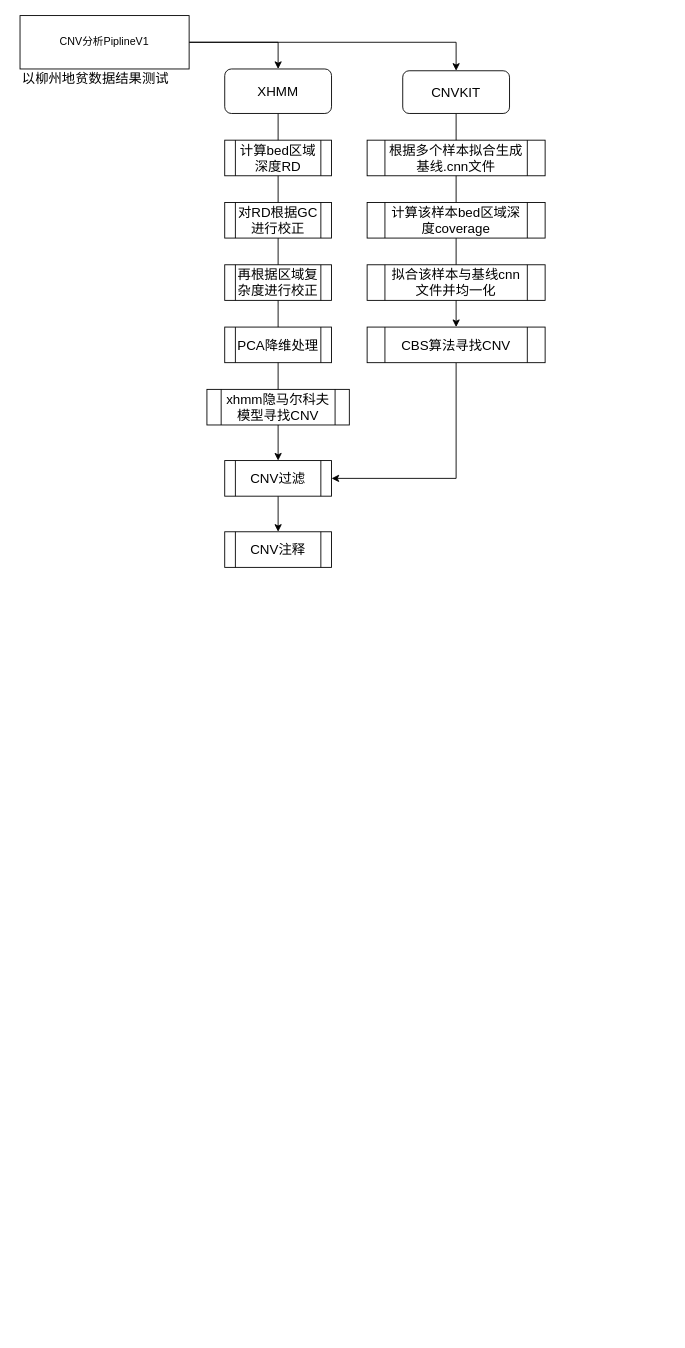
Before: CNVanalyse_pipline_in_novoDiagram.drawio in kkshaxqd/pipline_contral, a draw.io diagram. Source tidied: cells renumbered, new cells numbered last; positions are measured from the earlier drawing's top-left corner, leaving out a move shared by most shapes. Both pictures are drawn from the tidied source at 89%, with x=0, y=0 at pixel (20, 15).
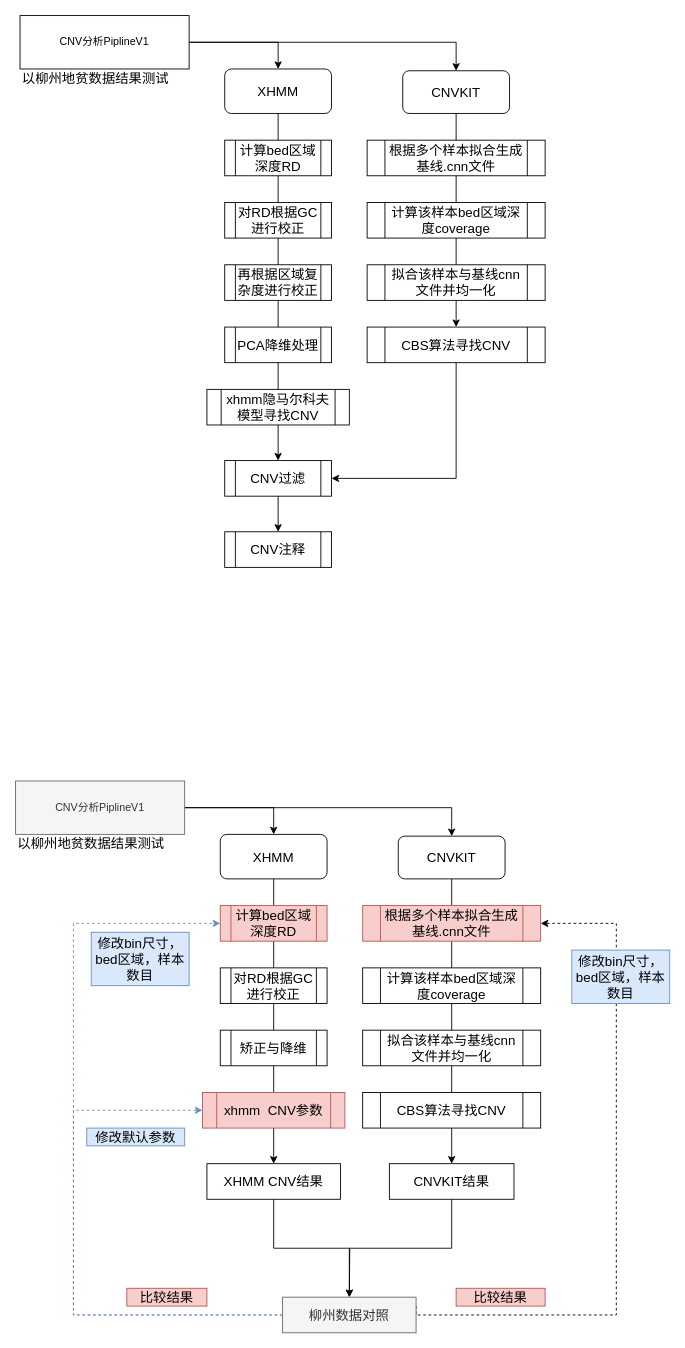
The same page after the edit.

What changed in the source:
```diff
@@
+    <mxCell id="23" style="edgeStyle=orthogonalEdgeStyle;rounded=0;jettySize=auto;html=1;exitX=0;exitY=0.5;exitDx=0;exitDy=0;entryX=0;entryY=0.5;entryDx=0;entryDy=0;fontSize=15;dashed=1;fillColor=#dae8fc;strokeColor=#6c8ebf;" parent="1" edge="1" source="26" target="35">
+      <mxGeometry relative="1" as="geometry">
+        <Array as="points">
+          <mxPoint x="60" y="1460" />
+          <mxPoint x="60" y="1020" />
+        </Array>
+      </mxGeometry>
+    </mxCell>
+    <mxCell id="24" style="edgeStyle=orthogonalEdgeStyle;rounded=0;jettySize=auto;html=1;exitX=0;exitY=0.5;exitDx=0;exitDy=0;fontSize=15;entryX=0;entryY=0.5;entryDx=0;entryDy=0;dashed=1;fillColor=#dae8fc;strokeColor=#6c8ebf;" parent="1" edge="1" source="26" target="38">
+      <mxGeometry relative="1" as="geometry">
+        <Array as="points">
+          <mxPoint x="60" y="1460" />
+          <mxPoint x="60" y="1230" />
+        </Array>
+      </mxGeometry>
+    </mxCell>
+    <mxCell id="25" style="edgeStyle=orthogonalEdgeStyle;rounded=0;jettySize=auto;html=1;exitX=1;exitY=0.25;exitDx=0;exitDy=0;entryX=1;entryY=0.5;entryDx=0;entryDy=0;fontSize=15;dashed=1;" parent="1" edge="1" source="26" target="40">
+      <mxGeometry relative="1" as="geometry">
+        <Array as="points">
+          <mxPoint x="445" y="1460" />
+          <mxPoint x="670" y="1460" />
+          <mxPoint x="670" y="1020" />
+        </Array>
+      </mxGeometry>
+    </mxCell>
+    <mxCell id="26" value="柳州数据对照" style="rounded=0;whiteSpace=wrap;html=1;fontSize=15;fillColor=#f5f5f5;strokeColor=#666666;fontColor=#333333;" parent="1" vertex="1">
+      <mxGeometry x="295" y="1440" width="150" height="40" as="geometry" />
+    </mxCell>
+    <mxCell id="27" style="edgeStyle=orthogonalEdgeStyle;rounded=0;jettySize=auto;html=1;exitX=1;exitY=0.5;exitDx=0;exitDy=0;entryX=0.5;entryY=0;entryDx=0;entryDy=0;fontSize=15;" parent="1" edge="1" source="29" target="32">
+      <mxGeometry relative="1" as="geometry" />
+    </mxCell>
+    <mxCell id="28" style="edgeStyle=orthogonalEdgeStyle;rounded=0;jettySize=auto;html=1;exitX=1;exitY=0.5;exitDx=0;exitDy=0;fontSize=15;" parent="1" edge="1" source="29" target="34">
+      <mxGeometry relative="1" as="geometry" />
+    </mxCell>
+    <mxCell id="29" value="CNV分析PiplineV1" style="rounded=0;whiteSpace=wrap;html=1;fillColor=#f5f5f5;strokeColor=#666666;fontColor=#333333;" parent="1" vertex="1">
+      <mxGeometry x="-5" y="860" width="190" height="60" as="geometry" />
+    </mxCell>
+    <mxCell id="30" value="以柳州地贫数据结果测试" style="text;html=1;strokeColor=none;fillColor=none;align=center;verticalAlign=middle;whiteSpace=wrap;rounded=0;fontSize=15;" parent="1" vertex="1">
+      <mxGeometry x="-5" y="920" width="170" height="20" as="geometry" />
+    </mxCell>
+    <mxCell id="31" style="edgeStyle=orthogonalEdgeStyle;rounded=0;jettySize=auto;html=1;exitX=0.5;exitY=1;exitDx=0;exitDy=0;fontSize=15;" parent="1" edge="1" source="32" target="44">
+      <mxGeometry relative="1" as="geometry" />
+    </mxCell>
+    <mxCell id="32" value="XHMM" style="rounded=1;whiteSpace=wrap;html=1;fontSize=15;" parent="1" vertex="1">
+      <mxGeometry x="225" y="920" width="120" height="50" as="geometry" />
+    </mxCell>
+    <mxCell id="33" style="edgeStyle=orthogonalEdgeStyle;rounded=0;jettySize=auto;html=1;exitX=0.5;exitY=1;exitDx=0;exitDy=0;" parent="1" edge="1" source="34" target="49">
+      <mxGeometry relative="1" as="geometry" />
+    </mxCell>
+    <mxCell id="34" value="CNVKIT" style="rounded=1;whiteSpace=wrap;html=1;fontSize=15;" parent="1" vertex="1">
+      <mxGeometry x="425" y="922" width="120" height="48" as="geometry" />
+    </mxCell>
+    <mxCell id="35" value="计算bed区域深度RD" style="shape=process;whiteSpace=wrap;html=1;backgroundOutline=1;fontSize=15;fillColor=#f8cecc;strokeColor=#b85450;" parent="1" vertex="1">
+      <mxGeometry x="225" y="1000" width="120" height="40" as="geometry" />
+    </mxCell>
+    <mxCell id="36" value="对RD根据GC进行校正" style="shape=process;whiteSpace=wrap;html=1;backgroundOutline=1;fontSize=15;" parent="1" vertex="1">
+      <mxGeometry x="225" y="1070" width="120" height="40" as="geometry" />
+    </mxCell>
+    <mxCell id="37" value="矫正与降维" style="shape=process;whiteSpace=wrap;html=1;backgroundOutline=1;fontSize=15;" parent="1" vertex="1">
+      <mxGeometry x="225" y="1140" width="120" height="40" as="geometry" />
+    </mxCell>
+    <mxCell id="38" value="xhmm&amp;nbsp; CNV参数" style="shape=process;whiteSpace=wrap;html=1;backgroundOutline=1;fontSize=15;fillColor=#f8cecc;strokeColor=#b85450;" parent="1" vertex="1">
+      <mxGeometry x="205" y="1210" width="160" height="40" as="geometry" />
+    </mxCell>
+    <mxCell id="39" value="计算该样本bed区域深度coverage" style="shape=process;whiteSpace=wrap;html=1;backgroundOutline=1;fontSize=15;" parent="1" vertex="1">
+      <mxGeometry x="385" y="1070" width="200" height="40" as="geometry" />
+    </mxCell>
+    <mxCell id="40" value="根据多个样本拟合生成基线.cnn文件" style="shape=process;whiteSpace=wrap;html=1;backgroundOutline=1;fontSize=15;fillColor=#f8cecc;strokeColor=#b85450;" parent="1" vertex="1">
+      <mxGeometry x="385" y="1000" width="200" height="40" as="geometry" />
+    </mxCell>
+    <mxCell id="41" value="拟合该样本与基线cnn文件并均一化" style="shape=process;whiteSpace=wrap;html=1;backgroundOutline=1;fontSize=15;" parent="1" vertex="1">
+      <mxGeometry x="385" y="1140" width="200" height="40" as="geometry" />
+    </mxCell>
+    <mxCell id="42" value="CBS算法寻找CNV" style="shape=process;whiteSpace=wrap;html=1;backgroundOutline=1;fontSize=15;" parent="1" vertex="1">
+      <mxGeometry x="385" y="1210" width="200" height="40" as="geometry" />
+    </mxCell>
+    <mxCell id="43" style="edgeStyle=orthogonalEdgeStyle;rounded=0;jettySize=auto;html=1;exitX=0.5;exitY=1;exitDx=0;exitDy=0;fontSize=15;" parent="1" edge="1" source="44" target="26">
+      <mxGeometry relative="1" as="geometry" />
+    </mxCell>
+    <mxCell id="44" value="XHMM CNV结果" style="rounded=0;whiteSpace=wrap;html=1;fontSize=15;" parent="1" vertex="1">
+      <mxGeometry x="210" y="1290" width="150" height="40" as="geometry" />
+    </mxCell>
+    <mxCell id="45" value="比较结果" style="text;html=1;strokeColor=#b85450;fillColor=#f8cecc;align=center;verticalAlign=middle;whiteSpace=wrap;rounded=0;fontSize=15;" parent="1" vertex="1">
+      <mxGeometry x="120" y="1430" width="90" height="20" as="geometry" />
+    </mxCell>
+    <mxCell id="46" value="修改bin尺寸，bed区域，样本数目" style="text;html=1;strokeColor=#6c8ebf;fillColor=#dae8fc;align=center;verticalAlign=middle;whiteSpace=wrap;rounded=0;fontSize=15;" parent="1" vertex="1">
+      <mxGeometry x="80" y="1030" width="110" height="60" as="geometry" />
+    </mxCell>
+    <mxCell id="47" value="修改默认参数" style="text;html=1;strokeColor=#6c8ebf;fillColor=#dae8fc;align=center;verticalAlign=middle;whiteSpace=wrap;rounded=0;fontSize=15;" parent="1" vertex="1">
+      <mxGeometry x="75" y="1250" width="110" height="20" as="geometry" />
+    </mxCell>
+    <mxCell id="48" style="edgeStyle=orthogonalEdgeStyle;rounded=0;jettySize=auto;html=1;exitX=0.5;exitY=1;exitDx=0;exitDy=0;fontSize=15;" parent="1" edge="1" source="49">
+      <mxGeometry relative="1" as="geometry">
+        <mxPoint x="370" y="1440" as="targetPoint" />
+      </mxGeometry>
+    </mxCell>
+    <mxCell id="49" value="CNVKIT结果" style="rounded=0;whiteSpace=wrap;html=1;fontSize=15;" parent="1" vertex="1">
+      <mxGeometry x="415" y="1290" width="140" height="40" as="geometry" />
+    </mxCell>
+    <mxCell id="50" value="比较结果" style="text;html=1;strokeColor=#b85450;fillColor=#f8cecc;align=center;verticalAlign=middle;whiteSpace=wrap;rounded=0;fontSize=15;" parent="1" vertex="1">
+      <mxGeometry x="490" y="1430" width="100" height="20" as="geometry" />
+    </mxCell>
+    <mxCell id="51" value="修改bin尺寸，bed区域，样本数目" style="text;html=1;strokeColor=#6c8ebf;fillColor=#dae8fc;align=center;verticalAlign=middle;whiteSpace=wrap;rounded=0;fontSize=15;" parent="1" vertex="1">
+      <mxGeometry x="620" y="1050" width="110" height="60" as="geometry" />
+    </mxCell>
```
